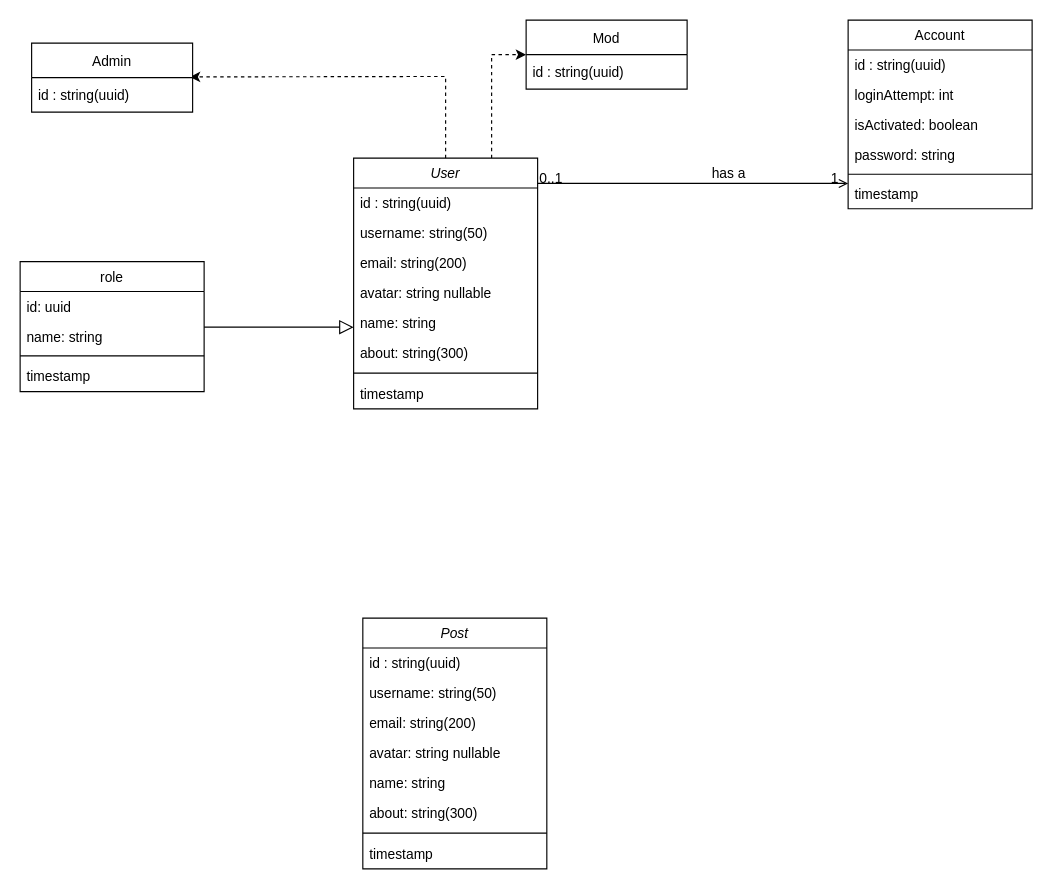
This is Tan_Blog.drawio from Spectrum184/tan_blog, a draw.io file, before an edit. Source tidied: cells renumbered, new cells numbered last; positions are measured from the earlier drawing's top-left corner, leaving out a move shared by most shapes. Both pictures are drawn from the tidied source at 115%, with x=0, y=0 at pixel (20, 20).
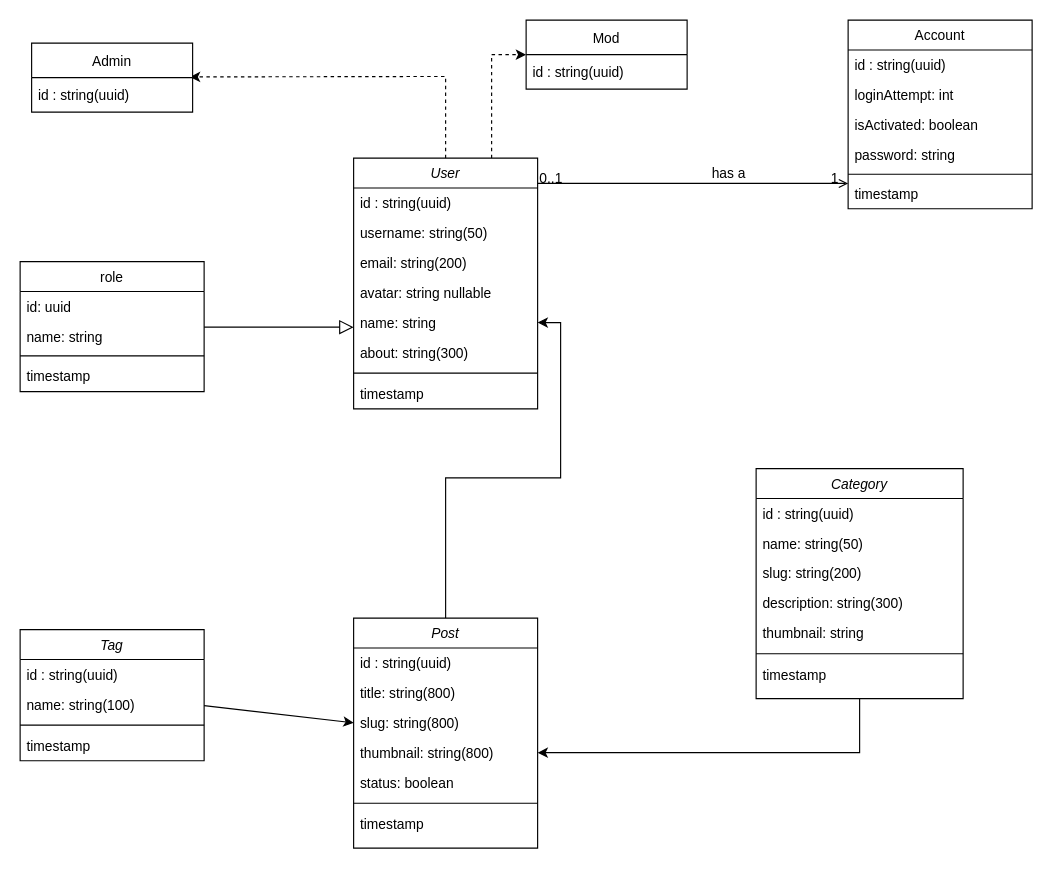
The same page after the edit.

Commit message:
Update post, tag, category table

Unchanged cells that the change refers to:
```xml
<mxCell id="14" value="name: string" style="text;align=left;verticalAlign=top;spacingLeft=4;spacingRight=4;overflow=hidden;points=[[0,0.5],[1,0.5]];portConstraint=eastwest;rounded=0;shadow=0;html=0;" parent="9" vertex="1">
  <mxGeometry y="130" width="160" height="26" as="geometry" />
</mxCell>
```

Diff of the diagram source:
```diff
@@
+    <mxCell id="43" style="edgeStyle=orthogonalEdgeStyle;rounded=0;jettySize=auto;html=1;entryX=1;entryY=0.5;entryDx=0;entryDy=0;" parent="1" edge="1" source="34" target="14">
+      <mxGeometry relative="1" as="geometry" />
+    </mxCell>
     <mxCell id="34" value="Post" style="swimlane;fontStyle=2;align=center;verticalAlign=top;horizontal=1;startSize=26;rounded=0;shadow=0;strokeWidth=1;" parent="1" vertex="1">
-      <mxGeometry x="298" y="520" width="160" height="218" as="geometry" />
+      <mxGeometry x="290" y="520" width="160" height="200" as="geometry" />
     </mxCell>
@@
-    <mxCell id="36" value="username: string(50)" style="text;align=left;verticalAlign=top;spacingLeft=4;spacingRight=4;overflow=hidden;rounded=0;shadow=0;html=0;" parent="34" vertex="1">
+    <mxCell id="36" value="title: string(800)" style="text;align=left;verticalAlign=top;spacingLeft=4;spacingRight=4;overflow=hidden;rounded=0;shadow=0;html=0;" parent="34" vertex="1">
       <mxGeometry y="52" width="160" height="26" as="geometry" />
     </mxCell>
-    <mxCell id="37" value="email: string(200)" style="text;align=left;verticalAlign=top;spacingLeft=4;spacingRight=4;overflow=hidden;points=[[0,0.5],[1,0.5]];portConstraint=eastwest;rounded=0;shadow=0;html=0;" parent="34" vertex="1">
+    <mxCell id="37" value="slug: string(800)" style="text;align=left;verticalAlign=top;spacingLeft=4;spacingRight=4;overflow=hidden;points=[[0,0.5],[1,0.5]];portConstraint=eastwest;rounded=0;shadow=0;html=0;" parent="34" vertex="1">
       <mxGeometry y="78" width="160" height="26" as="geometry" />
     </mxCell>
-    <mxCell id="38" value="avatar: string nullable" style="text;align=left;verticalAlign=top;spacingLeft=4;spacingRight=4;overflow=hidden;points=[[0,0.5],[1,0.5]];portConstraint=eastwest;rounded=0;shadow=0;html=0;" parent="34" vertex="1">
+    <mxCell id="38" value="thumbnail: string(800)" style="text;align=left;verticalAlign=top;spacingLeft=4;spacingRight=4;overflow=hidden;points=[[0,0.5],[1,0.5]];portConstraint=eastwest;rounded=0;shadow=0;html=0;" parent="34" vertex="1">
       <mxGeometry y="104" width="160" height="26" as="geometry" />
     </mxCell>
-    <mxCell id="39" value="name: string" style="text;align=left;verticalAlign=top;spacingLeft=4;spacingRight=4;overflow=hidden;rounded=0;shadow=0;html=0;" parent="34" vertex="1">
+    <mxCell id="39" value="status: boolean" style="text;align=left;verticalAlign=top;spacingLeft=4;spacingRight=4;overflow=hidden;rounded=0;shadow=0;html=0;" parent="34" vertex="1">
       <mxGeometry y="130" width="160" height="26" as="geometry" />
     </mxCell>
-    <mxCell id="40" value="about: string(300)" style="text;align=left;verticalAlign=top;spacingLeft=4;spacingRight=4;overflow=hidden;rounded=0;shadow=0;html=0;" parent="34" vertex="1">
-      <mxGeometry y="156" width="160" height="26" as="geometry" />
-    </mxCell>
     <mxCell id="41" style="line;html=1;strokeWidth=1;align=left;verticalAlign=middle;spacingTop=-1;spacingLeft=3;spacingRight=3;labelPosition=right;" parent="34" vertex="1">
-      <mxGeometry y="182" width="160" height="10" as="geometry" />
+      <mxGeometry y="156" width="160" height="10" as="geometry" />
     </mxCell>
     <mxCell id="42" value="timestamp" style="text;align=left;verticalAlign=top;spacingLeft=4;spacingRight=4;overflow=hidden;rounded=0;shadow=0;html=0;" parent="34" vertex="1">
-      <mxGeometry y="192" width="160" height="26" as="geometry" />
+      <mxGeometry y="166" width="160" height="26" as="geometry" />
     </mxCell>
+    <mxCell id="44" style="edgeStyle=orthogonalEdgeStyle;rounded=0;jettySize=auto;html=1;entryX=1;entryY=0.5;entryDx=0;entryDy=0;" parent="1" edge="1" source="45" target="38">
+      <mxGeometry relative="1" as="geometry" />
+    </mxCell>
+    <mxCell id="45" value="Category" style="swimlane;fontStyle=2;align=center;verticalAlign=top;horizontal=1;startSize=26;rounded=0;shadow=0;strokeWidth=1;" parent="1" vertex="1">
+      <mxGeometry x="640" y="390" width="180" height="200" as="geometry" />
+    </mxCell>
+    <mxCell id="46" value="id : string(uuid)   " style="text;align=left;verticalAlign=top;spacingLeft=4;spacingRight=4;overflow=hidden;" parent="45" vertex="1">
+      <mxGeometry y="26" width="180" height="26" as="geometry" />
+    </mxCell>
+    <mxCell id="47" value="name: string(50)" style="text;align=left;verticalAlign=top;spacingLeft=4;spacingRight=4;overflow=hidden;rounded=0;shadow=0;html=0;" parent="45" vertex="1">
+      <mxGeometry y="52" width="180" height="26" as="geometry" />
+    </mxCell>
+    <mxCell id="48" value="slug: string(200)" style="text;align=left;verticalAlign=top;spacingLeft=4;spacingRight=4;overflow=hidden;rounded=0;shadow=0;html=0;" parent="45" vertex="1">
+      <mxGeometry y="78" width="180" height="26" as="geometry" />
+    </mxCell>
+    <mxCell id="49" value="description: string(300)" style="text;align=left;verticalAlign=top;spacingLeft=4;spacingRight=4;overflow=hidden;rounded=0;shadow=0;html=0;" parent="45" vertex="1">
+      <mxGeometry y="104" width="180" height="26" as="geometry" />
+    </mxCell>
+    <mxCell id="50" value="thumbnail: string" style="text;align=left;verticalAlign=top;spacingLeft=4;spacingRight=4;overflow=hidden;rounded=0;shadow=0;html=0;" parent="45" vertex="1">
+      <mxGeometry y="130" width="180" height="26" as="geometry" />
+    </mxCell>
+    <mxCell id="51" style="line;html=1;strokeWidth=1;align=left;verticalAlign=middle;spacingTop=-1;spacingLeft=3;spacingRight=3;labelPosition=right;" parent="45" vertex="1">
+      <mxGeometry y="156" width="180" height="10" as="geometry" />
+    </mxCell>
+    <mxCell id="52" value="timestamp" style="text;align=left;verticalAlign=top;spacingLeft=4;spacingRight=4;overflow=hidden;rounded=0;shadow=0;html=0;" parent="45" vertex="1">
+      <mxGeometry y="166" width="180" height="26" as="geometry" />
+    </mxCell>
+    <mxCell id="53" style="edgeStyle=none;rounded=0;jettySize=auto;html=1;entryX=0;entryY=0.5;entryDx=0;entryDy=0;" parent="1" edge="1" source="54" target="37">
+      <mxGeometry relative="1" as="geometry" />
+    </mxCell>
+    <mxCell id="54" value="Tag" style="swimlane;fontStyle=2;align=center;verticalAlign=top;horizontal=1;startSize=26;rounded=0;shadow=0;strokeWidth=1;" parent="1" vertex="1">
+      <mxGeometry y="530" width="160" height="114" as="geometry" />
+    </mxCell>
+    <mxCell id="55" value="id : string(uuid)   " style="text;align=left;verticalAlign=top;spacingLeft=4;spacingRight=4;overflow=hidden;" parent="54" vertex="1">
+      <mxGeometry y="26" width="160" height="26" as="geometry" />
+    </mxCell>
+    <mxCell id="56" value="name: string(100)" style="text;align=left;verticalAlign=top;spacingLeft=4;spacingRight=4;overflow=hidden;rounded=0;shadow=0;html=0;" parent="54" vertex="1">
+      <mxGeometry y="52" width="160" height="26" as="geometry" />
+    </mxCell>
+    <mxCell id="57" style="line;html=1;strokeWidth=1;align=left;verticalAlign=middle;spacingTop=-1;spacingLeft=3;spacingRight=3;labelPosition=right;" parent="54" vertex="1">
+      <mxGeometry y="78" width="160" height="10" as="geometry" />
+    </mxCell>
+    <mxCell id="58" value="timestamp" style="text;align=left;verticalAlign=top;spacingLeft=4;spacingRight=4;overflow=hidden;rounded=0;shadow=0;html=0;" parent="54" vertex="1">
+      <mxGeometry y="88" width="160" height="26" as="geometry" />
+    </mxCell>
```
